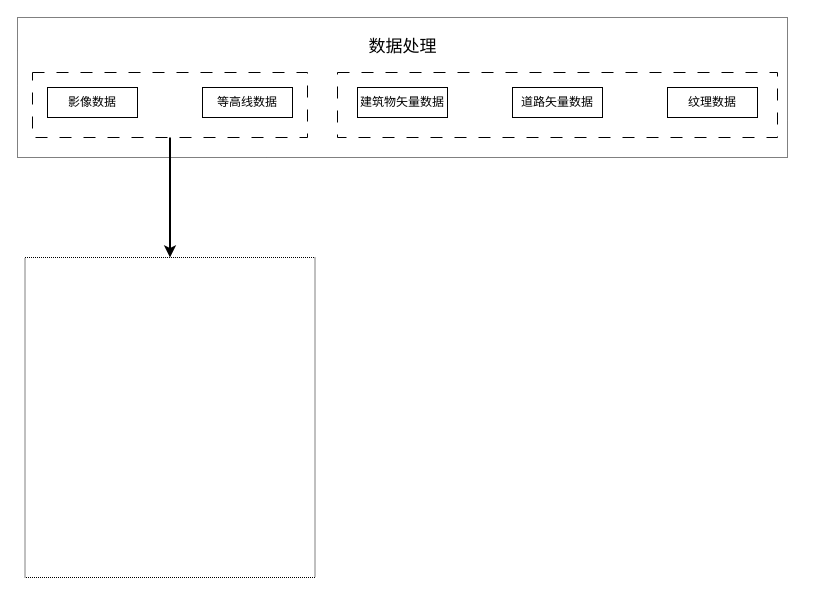
Earlier version of the draw.io diagram 技术路线.drawio (hhw-cainiao/draw). Source tidied: cells renumbered, new cells numbered last; positions are measured from the earlier drawing's top-left corner, leaving out a move shared by most shapes. Both pictures are drawn from the tidied source at 100%, with x=0, y=0 at pixel (17, 17).
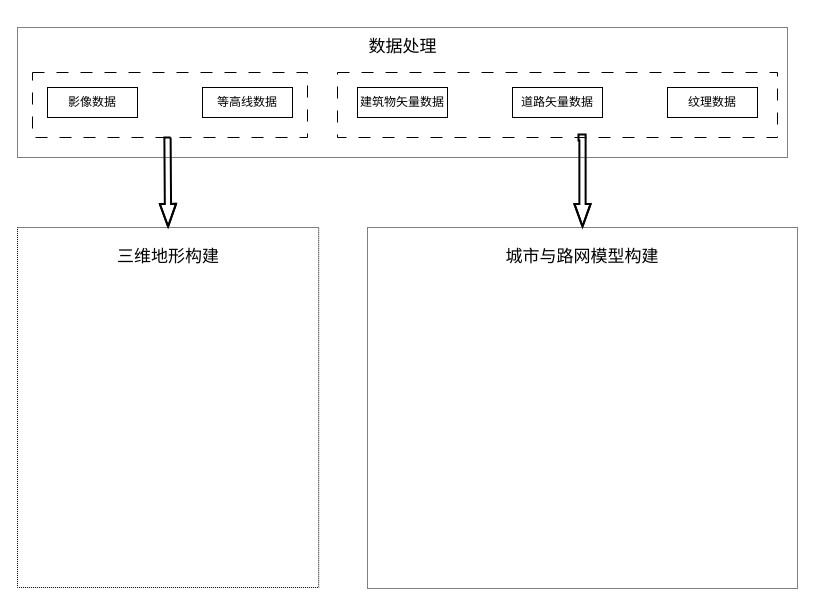
The same diagram, later.

Commit message (it also covers changes not shown here):
更新技术路线.drawio

The change refers to these unchanged cells:
```xml
<mxCell id="3" style="rounded=0;whiteSpace=wrap;html=1;dashed=1;dashPattern=12 12;" parent="1" vertex="1">
  <mxGeometry x="15" y="55" width="275" height="65" as="geometry" />
</mxCell>
```

What changed in the source:
```diff
@@
     <mxCell id="2" style="rounded=0;whiteSpace=wrap;html=1;dashed=1;dashPattern=1 1;" parent="1" vertex="1">
-      <mxGeometry width="770" height="140" as="geometry" />
+      <mxGeometry y="10" width="770" height="130" as="geometry" />
     </mxCell>
@@
     <mxCell id="11" style="rounded=0;whiteSpace=wrap;html=1;dashed=1;dashPattern=1 1;" parent="1" vertex="1">
-      <mxGeometry x="7.5" y="240" width="290" height="320" as="geometry" />
+      <mxGeometry y="210" width="301.2" height="360" as="geometry" />
     </mxCell>
-    <mxCell id="12" style="edgeStyle=orthogonalEdgeStyle;rounded=0;jettySize=auto;html=1;exitX=0.5;exitY=1;exitDx=0;exitDy=0;entryX=0.5;entryY=0;entryDx=0;entryDy=0;fontStyle=1;strokeWidth=2;" parent="1" edge="1" source="3" target="11">
-      <mxGeometry relative="1" as="geometry" />
+    <mxCell id="12" style="edgeStyle=orthogonalEdgeStyle;rounded=0;jettySize=auto;html=1;entryX=0.5;entryY=0;entryDx=0;entryDy=0;fontStyle=1;strokeWidth=2;shape=flexArrow;width=5.238095238095238;endSize=6.862068965517242;endWidth=7.991242474001095;" parent="1" edge="1" target="11">
+      <mxGeometry relative="1" as="geometry">
+        <mxPoint x="150" y="119" as="sourcePoint" />
+        <Array as="points">
+          <mxPoint x="150" y="120" />
+          <mxPoint x="151" y="120" />
+        </Array>
+      </mxGeometry>
     </mxCell>
+    <mxCell id="13" value="三维地形构建" style="text;html=1;strokeColor=none;fillColor=none;align=center;verticalAlign=middle;whiteSpace=wrap;rounded=0;fontSize=17;" parent="1" vertex="1">
+      <mxGeometry x="90.6" y="230" width="120" height="20" as="geometry" />
+    </mxCell>
+    <mxCell id="14" style="rounded=0;whiteSpace=wrap;html=1;dashed=1;dashPattern=1 1;" parent="1" vertex="1">
+      <mxGeometry x="350" y="210" width="430" height="361" as="geometry" />
+    </mxCell>
+    <mxCell id="15" style="edgeStyle=orthogonalEdgeStyle;rounded=0;jettySize=auto;html=1;entryX=0.5;entryY=0;entryDx=0;entryDy=0;fontStyle=1;strokeWidth=2;shape=flexArrow;width=5.238095238095238;endSize=6.862068965517242;endWidth=7.991242474001095;" parent="1" edge="1" target="14">
+      <mxGeometry relative="1" as="geometry">
+        <mxPoint x="560" y="120" as="sourcePoint" />
+        <Array as="points">
+          <mxPoint x="565" y="120" />
+        </Array>
+      </mxGeometry>
+    </mxCell>
+    <mxCell id="16" value="城市与路网模型构建" style="text;html=1;strokeColor=none;fillColor=none;align=center;verticalAlign=middle;whiteSpace=wrap;rounded=0;fontSize=17;" parent="1" vertex="1">
+      <mxGeometry x="485" y="230" width="160" height="20" as="geometry" />
+    </mxCell>
```
